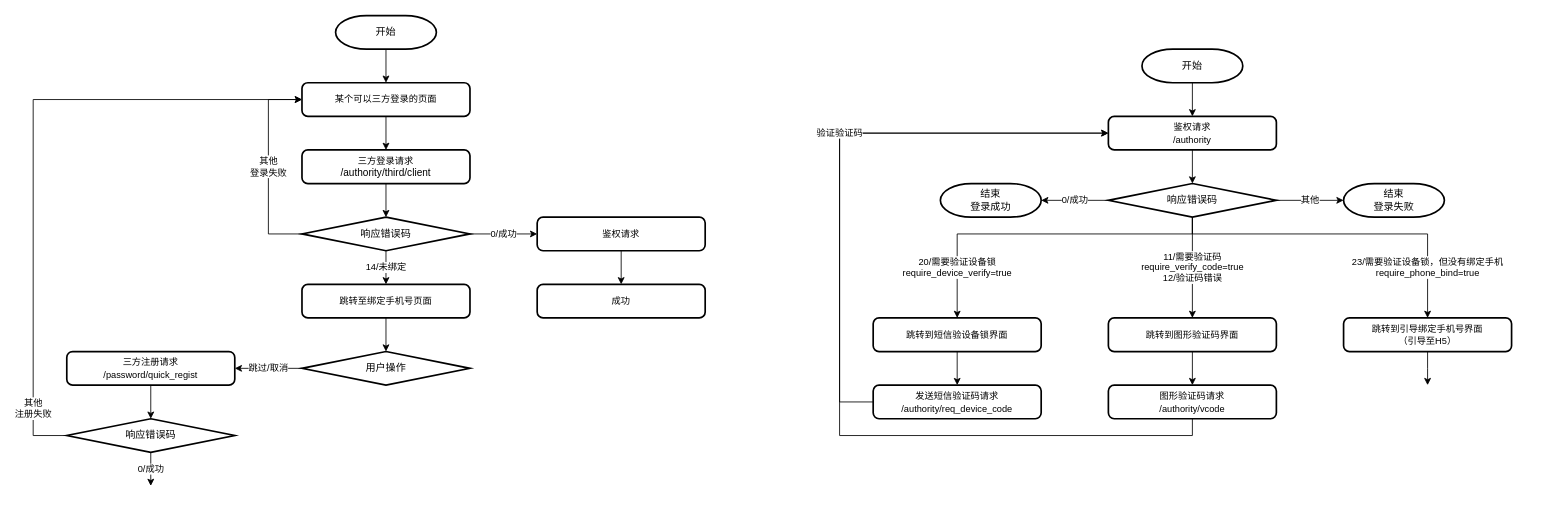
The draw.io diagram ThirdBindPhone.drawio in Cmdone/Draw.io, before the edit. Source tidied: cells renumbered, new cells numbered last; positions are measured from the earlier drawing's top-left corner, leaving out a move shared by most shapes. Both pictures are drawn from the tidied source at 84%, with x=0, y=0 at pixel (33, 15).
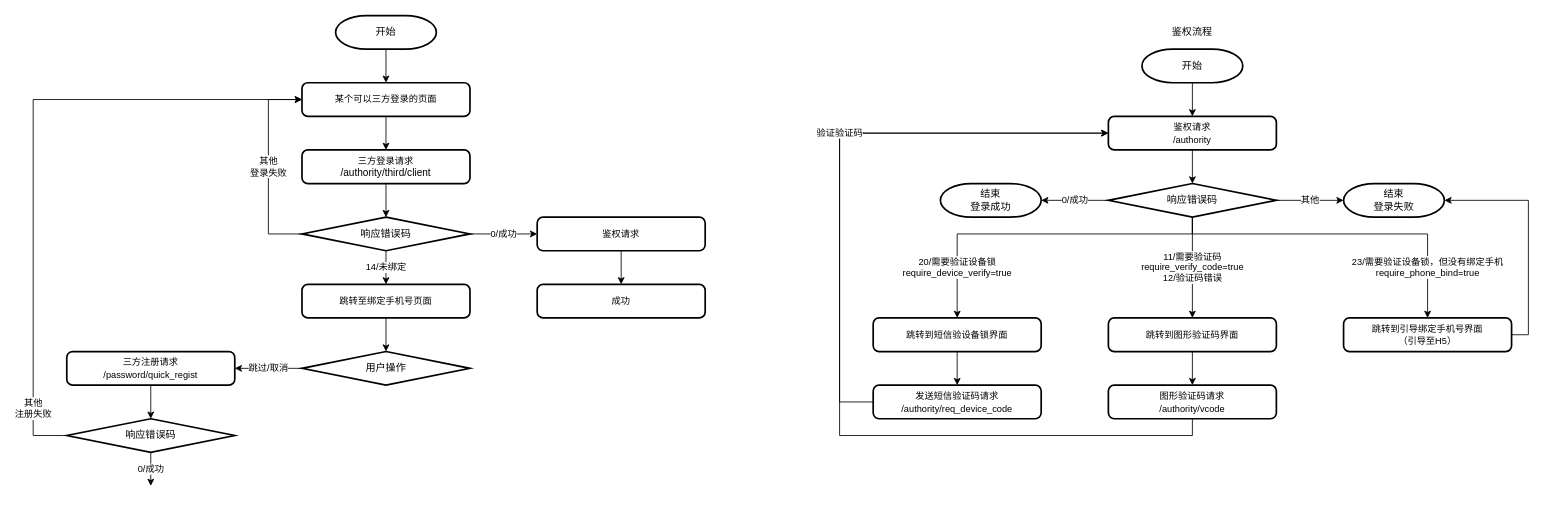
Above is the later version.

Unchanged cells that the change refers to:
```xml
<mxCell id="39" value="&lt;span style=&quot;font-size: 11px ; background-color: rgb(255 , 255 , 255)&quot;&gt;跳转到引导绑定手机号界面&lt;br&gt;（引导至H5）&lt;br&gt;&lt;/span&gt;" style="rounded=1;whiteSpace=wrap;html=1;absoluteArcSize=1;arcSize=14;strokeWidth=2;fillColor=none;" parent="1" vertex="1">
  <mxGeometry x="1560" y="360" width="200" height="40" as="geometry" />
</mxCell>
<mxCell id="41" value="结束&lt;br&gt;登录失败" style="strokeWidth=2;html=1;shape=mxgraph.flowchart.terminator;whiteSpace=wrap;fillColor=none;" parent="1" vertex="1">
  <mxGeometry x="1560" y="200" width="120" height="40" as="geometry" />
</mxCell>
```

What changed in the source:
```diff
@@
-    <mxCell id="38" style="edgeStyle=orthogonalEdgeStyle;rounded=0;jettySize=auto;html=1;exitX=0.5;exitY=1;exitDx=0;exitDy=0;" parent="1" edge="1" source="39">
-      <mxGeometry relative="1" as="geometry">
-        <mxPoint x="1660" y="440" as="targetPoint" />
-      </mxGeometry>
+    <mxCell id="38" style="edgeStyle=orthogonalEdgeStyle;rounded=0;jettySize=auto;html=1;exitX=1;exitY=0.5;exitDx=0;exitDy=0;entryX=1;entryY=0.5;entryDx=0;entryDy=0;entryPerimeter=0;" parent="1" edge="1" source="39" target="41">
+      <mxGeometry relative="1" as="geometry" />
     </mxCell>
@@
+    <mxCell id="46" value="鉴权流程" style="text;html=1;strokeColor=none;fillColor=none;align=center;verticalAlign=middle;whiteSpace=wrap;rounded=0;" parent="1" vertex="1">
+      <mxGeometry x="1320" y="10" width="120" height="20" as="geometry" />
+    </mxCell>
```
